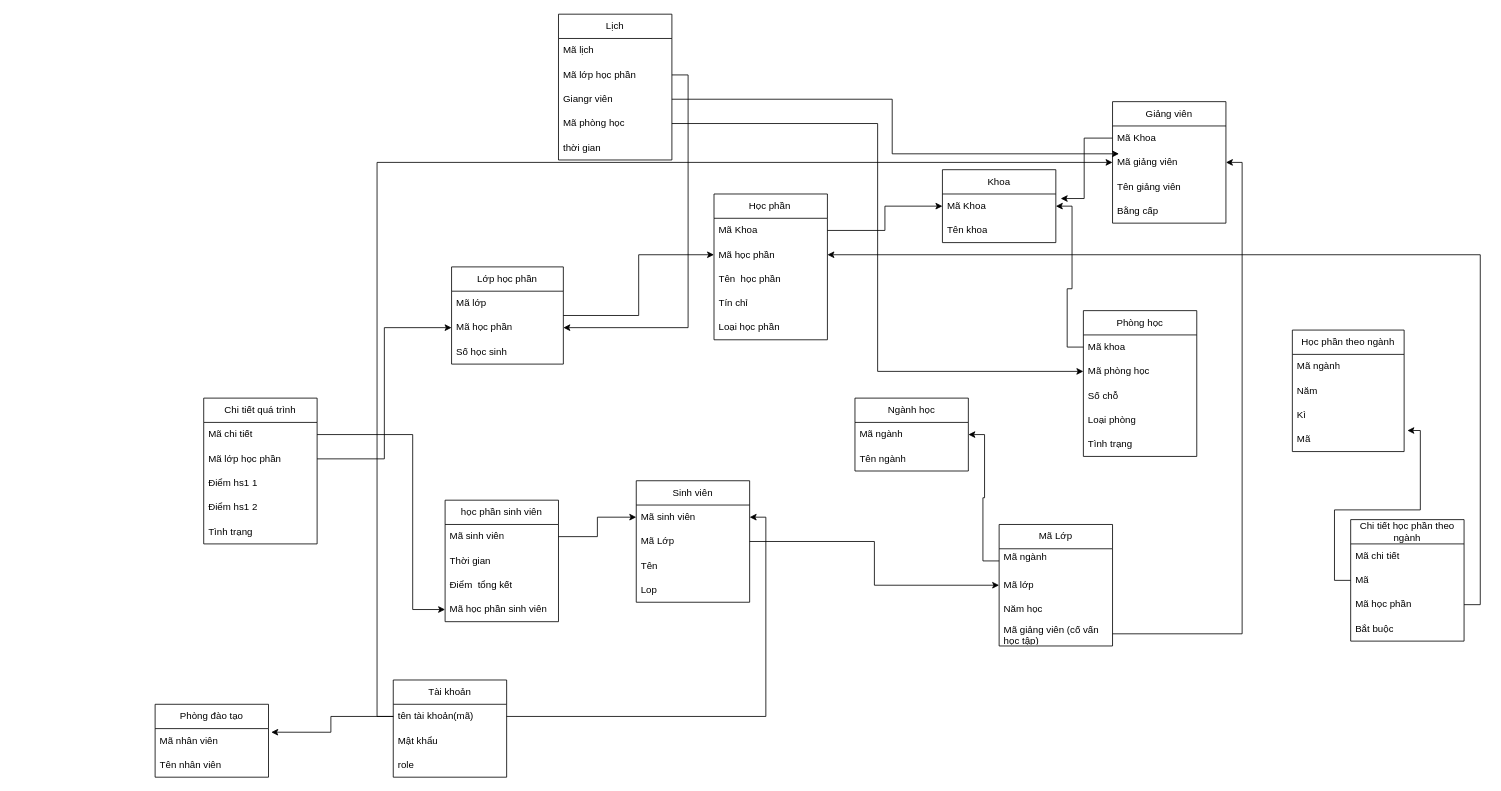
Above: Database.drawio in TranHuyHoang191103/Project-School (draw.io), before the change. Source tidied: cells renumbered, new cells numbered last; positions are measured from the earlier drawing's top-left corner, leaving out a move shared by most shapes. Both pictures are drawn from the tidied source at 81%, with x=0, y=0 at pixel (155, 14).
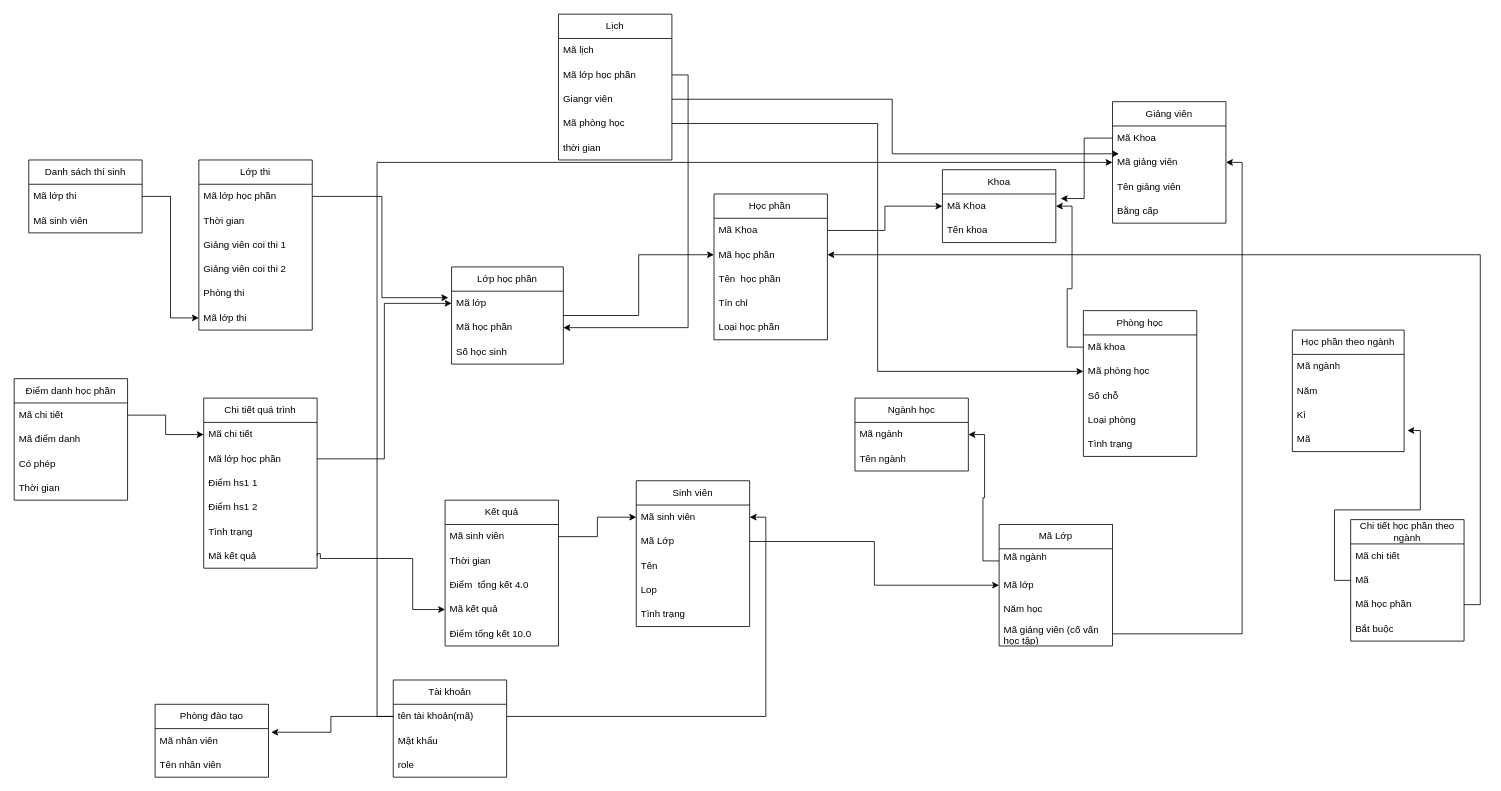
After the change.

Commit message:
update database draw(add table)

The change refers to these unchanged cells:
```xml
<mxCell id="32" value="Mã lớp&amp;nbsp;&lt;span style=&quot;white-space: pre;&quot;&gt;&#9;&lt;/span&gt;" style="text;strokeColor=none;fillColor=none;align=left;verticalAlign=middle;spacingLeft=4;spacingRight=4;overflow=hidden;points=[[0,0.5],[1,0.5]];portConstraint=eastwest;whiteSpace=wrap;html=1;" parent="31" vertex="1">
  <mxGeometry y="30" width="138" height="30" as="geometry" />
</mxCell>
<mxCell id="33" value="Mã học phần" style="text;strokeColor=none;fillColor=none;align=left;verticalAlign=middle;spacingLeft=4;spacingRight=4;overflow=hidden;points=[[0,0.5],[1,0.5]];portConstraint=eastwest;whiteSpace=wrap;html=1;" parent="31" vertex="1">
  <mxGeometry y="60" width="138" height="30" as="geometry" />
</mxCell>
<mxCell id="61" value="Mã chi tiết" style="text;strokeColor=none;fillColor=none;align=left;verticalAlign=middle;spacingLeft=4;spacingRight=4;overflow=hidden;points=[[0,0.5],[1,0.5]];portConstraint=eastwest;whiteSpace=wrap;html=1;" parent="60" vertex="1">
  <mxGeometry y="30" width="140" height="30" as="geometry" />
</mxCell>
<mxCell id="62" value="Mã lớp học phần" style="text;strokeColor=none;fillColor=none;align=left;verticalAlign=middle;spacingLeft=4;spacingRight=4;overflow=hidden;points=[[0,0.5],[1,0.5]];portConstraint=eastwest;whiteSpace=wrap;html=1;" parent="60" vertex="1">
  <mxGeometry y="60" width="140" height="30" as="geometry" />
</mxCell>
```

What changed in the source:
```diff
@@
     <mxCell id="25" value="Sinh viên" style="swimlane;fontStyle=0;horizontal=1;startSize=30;whiteSpace=wrap;html=1;" parent="1" vertex="1">
-      <mxGeometry x="594" y="576" width="140" height="150" as="geometry" />
+      <mxGeometry x="594" y="576" width="140" height="180" as="geometry" />
     </mxCell>
@@
+    <mxCell id="91" value="Tình trạng" style="text;strokeColor=none;fillColor=none;align=left;verticalAlign=middle;spacingLeft=4;spacingRight=4;overflow=hidden;whiteSpace=wrap;html=1;" parent="25" vertex="1">
+      <mxGeometry y="150" width="140" height="30" as="geometry" />
+    </mxCell>
@@
-    <mxCell id="54" value="học phần sinh viên" style="swimlane;fontStyle=0;horizontal=1;startSize=30;whiteSpace=wrap;html=1;" parent="1" vertex="1">
-      <mxGeometry x="358" y="600" width="140" height="150" as="geometry" />
+    <mxCell id="54" value="Kết quả" style="swimlane;fontStyle=0;horizontal=1;startSize=30;whiteSpace=wrap;html=1;" parent="1" vertex="1">
+      <mxGeometry x="358" y="600" width="140" height="180" as="geometry" />
     </mxCell>
@@
-    <mxCell id="57" value="Điểm&amp;nbsp; tổng kết" style="text;strokeColor=none;fillColor=none;align=left;verticalAlign=middle;spacingLeft=4;spacingRight=4;overflow=hidden;whiteSpace=wrap;html=1;" parent="54" vertex="1">
+    <mxCell id="57" value="Điểm&amp;nbsp; tổng kết 4.0" style="text;strokeColor=none;fillColor=none;align=left;verticalAlign=middle;spacingLeft=4;spacingRight=4;overflow=hidden;whiteSpace=wrap;html=1;" parent="54" vertex="1">
       <mxGeometry y="90" width="140" height="30" as="geometry" />
     </mxCell>
-    <mxCell id="58" value="Mã học phần sinh viên" style="text;strokeColor=none;fillColor=none;align=left;verticalAlign=middle;spacingLeft=4;spacingRight=4;overflow=hidden;points=[[0,0.5],[1,0.5]];portConstraint=eastwest;whiteSpace=wrap;html=1;" parent="54" vertex="1">
+    <mxCell id="58" value="Mã kết quả" style="text;strokeColor=none;fillColor=none;align=left;verticalAlign=middle;spacingLeft=4;spacingRight=4;overflow=hidden;points=[[0,0.5],[1,0.5]];portConstraint=eastwest;whiteSpace=wrap;html=1;" parent="54" vertex="1">
       <mxGeometry y="120" width="140" height="30" as="geometry" />
     </mxCell>
+    <mxCell id="92" value="Điểm tổng kết 10.0" style="text;strokeColor=none;fillColor=none;align=left;verticalAlign=middle;spacingLeft=4;spacingRight=4;overflow=hidden;whiteSpace=wrap;html=1;" parent="54" vertex="1">
+      <mxGeometry y="150" width="140" height="30" as="geometry" />
+    </mxCell>
@@
     <mxCell id="60" value="Chi tiết quá trình" style="swimlane;fontStyle=0;horizontal=1;startSize=30;whiteSpace=wrap;html=1;" parent="1" vertex="1">
-      <mxGeometry x="60" y="474" width="140" height="180" as="geometry" />
+      <mxGeometry x="60" y="474" width="140" height="210" as="geometry" />
     </mxCell>
@@
+    <mxCell id="93" value="Mã kết quả" style="text;strokeColor=none;fillColor=none;align=left;verticalAlign=middle;spacingLeft=4;spacingRight=4;overflow=hidden;points=[[0,0.5],[1,0.5]];portConstraint=eastwest;whiteSpace=wrap;html=1;" parent="60" vertex="1">
+      <mxGeometry y="180" width="140" height="30" as="geometry" />
+    </mxCell>
-    <mxCell id="66" style="edgeStyle=orthogonalEdgeStyle;rounded=0;jettySize=auto;html=1;entryX=0;entryY=0.5;entryDx=0;entryDy=0;" parent="1" edge="1" source="61" target="58">
+    <mxCell id="66" style="edgeStyle=orthogonalEdgeStyle;rounded=0;jettySize=auto;html=1;entryX=0;entryY=0.5;entryDx=0;entryDy=0;exitX=1;exitY=0.5;exitDx=0;exitDy=0;" parent="1" edge="1" source="93" target="58">
       <mxGeometry relative="1" as="geometry">
         <Array as="points">
-          <mxPoint x="318" y="519" />
+          <mxPoint x="200" y="666" />
+          <mxPoint x="204" y="666" />
+          <mxPoint x="204" y="672" />
+          <mxPoint x="318" y="672" />
           <mxPoint x="318" y="735" />
         </Array>
       </mxGeometry>
     </mxCell>
@@
-    <mxCell id="90" style="edgeStyle=orthogonalEdgeStyle;rounded=0;jettySize=auto;html=1;exitX=1;exitY=0.5;exitDx=0;exitDy=0;entryX=0;entryY=0.5;entryDx=0;entryDy=0;" parent="1" edge="1" source="62" target="33">
-      <mxGeometry relative="1" as="geometry" />
-    </mxCell>
+    <mxCell id="94" style="edgeStyle=orthogonalEdgeStyle;rounded=0;jettySize=auto;html=1;entryX=0;entryY=0.5;entryDx=0;entryDy=0;" parent="1" edge="1" source="62" target="32">
+      <mxGeometry relative="1" as="geometry" />
+    </mxCell>
+    <mxCell id="95" value="Điểm danh học phần" style="swimlane;fontStyle=0;horizontal=1;startSize=30;whiteSpace=wrap;html=1;" parent="1" vertex="1">
+      <mxGeometry x="-174" y="450" width="140" height="150" as="geometry" />
+    </mxCell>
+    <mxCell id="96" value="Mã chi tiết" style="text;strokeColor=none;fillColor=none;align=left;verticalAlign=middle;spacingLeft=4;spacingRight=4;overflow=hidden;points=[[0,0.5],[1,0.5]];portConstraint=eastwest;whiteSpace=wrap;html=1;" parent="95" vertex="1">
+      <mxGeometry y="30" width="140" height="30" as="geometry" />
+    </mxCell>
+    <mxCell id="97" value="Mã điểm danh" style="text;strokeColor=none;fillColor=none;align=left;verticalAlign=middle;spacingLeft=4;spacingRight=4;overflow=hidden;whiteSpace=wrap;html=1;" parent="95" vertex="1">
+      <mxGeometry y="60" width="140" height="30" as="geometry" />
+    </mxCell>
+    <mxCell id="98" value="Có phép" style="text;strokeColor=none;fillColor=none;align=left;verticalAlign=middle;spacingLeft=4;spacingRight=4;overflow=hidden;whiteSpace=wrap;html=1;" parent="95" vertex="1">
+      <mxGeometry y="90" width="140" height="30" as="geometry" />
+    </mxCell>
+    <mxCell id="99" value="Thời gian" style="text;strokeColor=none;fillColor=none;align=left;verticalAlign=middle;spacingLeft=4;spacingRight=4;overflow=hidden;whiteSpace=wrap;html=1;" parent="95" vertex="1">
+      <mxGeometry y="120" width="140" height="30" as="geometry" />
+    </mxCell>
+    <mxCell id="100" style="edgeStyle=orthogonalEdgeStyle;rounded=0;jettySize=auto;html=1;entryX=0;entryY=0.5;entryDx=0;entryDy=0;" parent="1" edge="1" source="96" target="61">
+      <mxGeometry relative="1" as="geometry" />
+    </mxCell>
+    <mxCell id="101" value="Lớp thi" style="swimlane;fontStyle=0;horizontal=1;startSize=30;whiteSpace=wrap;html=1;" parent="1" vertex="1">
+      <mxGeometry x="54" y="180" width="140" height="210" as="geometry" />
+    </mxCell>
+    <mxCell id="102" value="Mã lớp học phần" style="text;strokeColor=none;fillColor=none;align=left;verticalAlign=middle;spacingLeft=4;spacingRight=4;overflow=hidden;points=[[0,0.5],[1,0.5]];portConstraint=eastwest;whiteSpace=wrap;html=1;" parent="101" vertex="1">
+      <mxGeometry y="30" width="140" height="30" as="geometry" />
+    </mxCell>
+    <mxCell id="103" value="Thời gian" style="text;strokeColor=none;fillColor=none;align=left;verticalAlign=middle;spacingLeft=4;spacingRight=4;overflow=hidden;whiteSpace=wrap;html=1;" parent="101" vertex="1">
+      <mxGeometry y="60" width="140" height="30" as="geometry" />
+    </mxCell>
+    <mxCell id="104" value="Giảng viên coi thi 1" style="text;strokeColor=none;fillColor=none;align=left;verticalAlign=middle;spacingLeft=4;spacingRight=4;overflow=hidden;whiteSpace=wrap;html=1;" parent="101" vertex="1">
+      <mxGeometry y="90" width="140" height="30" as="geometry" />
+    </mxCell>
+    <mxCell id="105" value="Giảng viên coi thi 2" style="text;strokeColor=none;fillColor=none;align=left;verticalAlign=middle;spacingLeft=4;spacingRight=4;overflow=hidden;whiteSpace=wrap;html=1;" parent="101" vertex="1">
+      <mxGeometry y="120" width="140" height="30" as="geometry" />
+    </mxCell>
+    <mxCell id="106" value="Phòng thi" style="text;strokeColor=none;fillColor=none;align=left;verticalAlign=middle;spacingLeft=4;spacingRight=4;overflow=hidden;whiteSpace=wrap;html=1;" parent="101" vertex="1">
+      <mxGeometry y="150" width="140" height="30" as="geometry" />
+    </mxCell>
+    <mxCell id="107" value="Mã lớp thi" style="text;strokeColor=none;fillColor=none;align=left;verticalAlign=middle;spacingLeft=4;spacingRight=4;overflow=hidden;points=[[0,0.5],[1,0.5]];portConstraint=eastwest;whiteSpace=wrap;html=1;" parent="101" vertex="1">
+      <mxGeometry y="180" width="140" height="30" as="geometry" />
+    </mxCell>
+    <mxCell id="108" style="edgeStyle=orthogonalEdgeStyle;rounded=0;jettySize=auto;html=1;exitX=1;exitY=0.5;exitDx=0;exitDy=0;entryX=-0.029;entryY=0.267;entryDx=0;entryDy=0;entryPerimeter=0;" parent="1" edge="1" source="102" target="32">
+      <mxGeometry relative="1" as="geometry" />
+    </mxCell>
+    <mxCell id="109" value="Danh sách thí sinh" style="swimlane;fontStyle=0;horizontal=1;startSize=30;whiteSpace=wrap;html=1;" parent="1" vertex="1">
+      <mxGeometry x="-156" y="180" width="140" height="90" as="geometry" />
+    </mxCell>
+    <mxCell id="110" value="Mã lớp thi" style="text;strokeColor=none;fillColor=none;align=left;verticalAlign=middle;spacingLeft=4;spacingRight=4;overflow=hidden;points=[[0,0.5],[1,0.5]];portConstraint=eastwest;whiteSpace=wrap;html=1;" parent="109" vertex="1">
+      <mxGeometry y="30" width="140" height="30" as="geometry" />
+    </mxCell>
+    <mxCell id="111" value="Mã sinh viên" style="text;strokeColor=none;fillColor=none;align=left;verticalAlign=middle;spacingLeft=4;spacingRight=4;overflow=hidden;whiteSpace=wrap;html=1;" parent="109" vertex="1">
+      <mxGeometry y="60" width="140" height="30" as="geometry" />
+    </mxCell>
+    <mxCell id="112" style="edgeStyle=orthogonalEdgeStyle;rounded=0;jettySize=auto;html=1;exitX=1;exitY=0.5;exitDx=0;exitDy=0;entryX=0;entryY=0.5;entryDx=0;entryDy=0;" parent="1" edge="1" source="110" target="107">
+      <mxGeometry relative="1" as="geometry" />
+    </mxCell>
```
